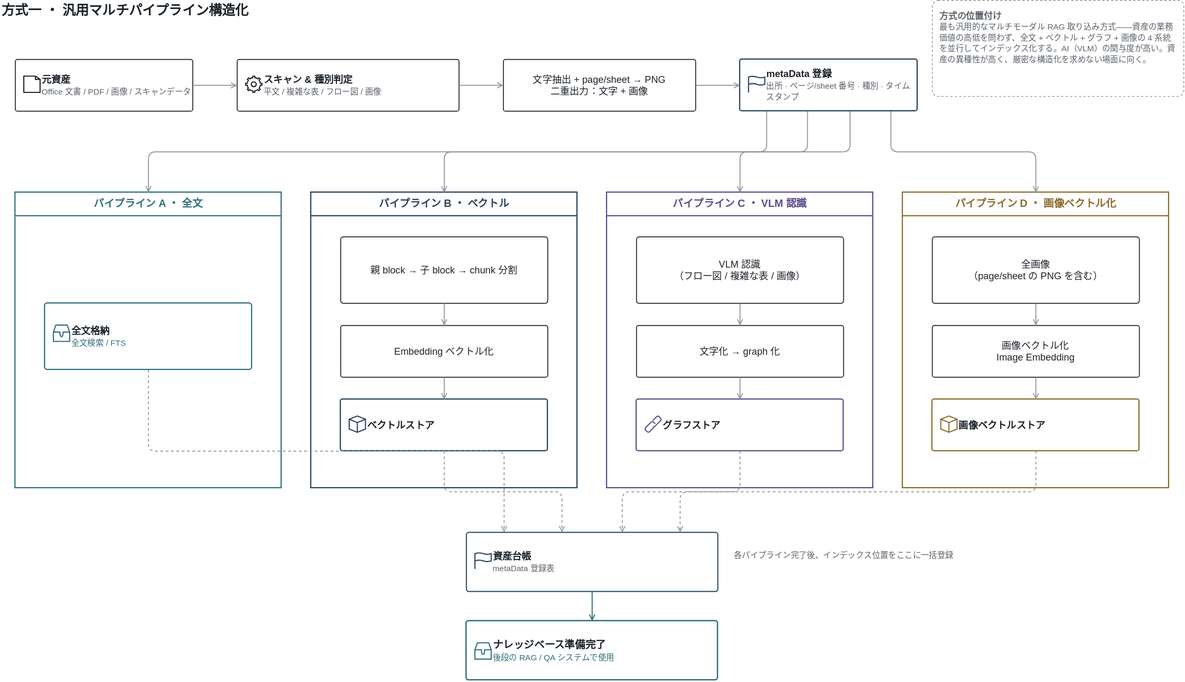
Before: docs/public/diagrams/asset-structuring-01-general-ja.svg, a diagram exported from draw.io (tiand23/AICompass). Source tidied: cells renumbered, new cells last; positions are measured from the earlier drawing's top-left corner, leaving out a move shared by most shapes.
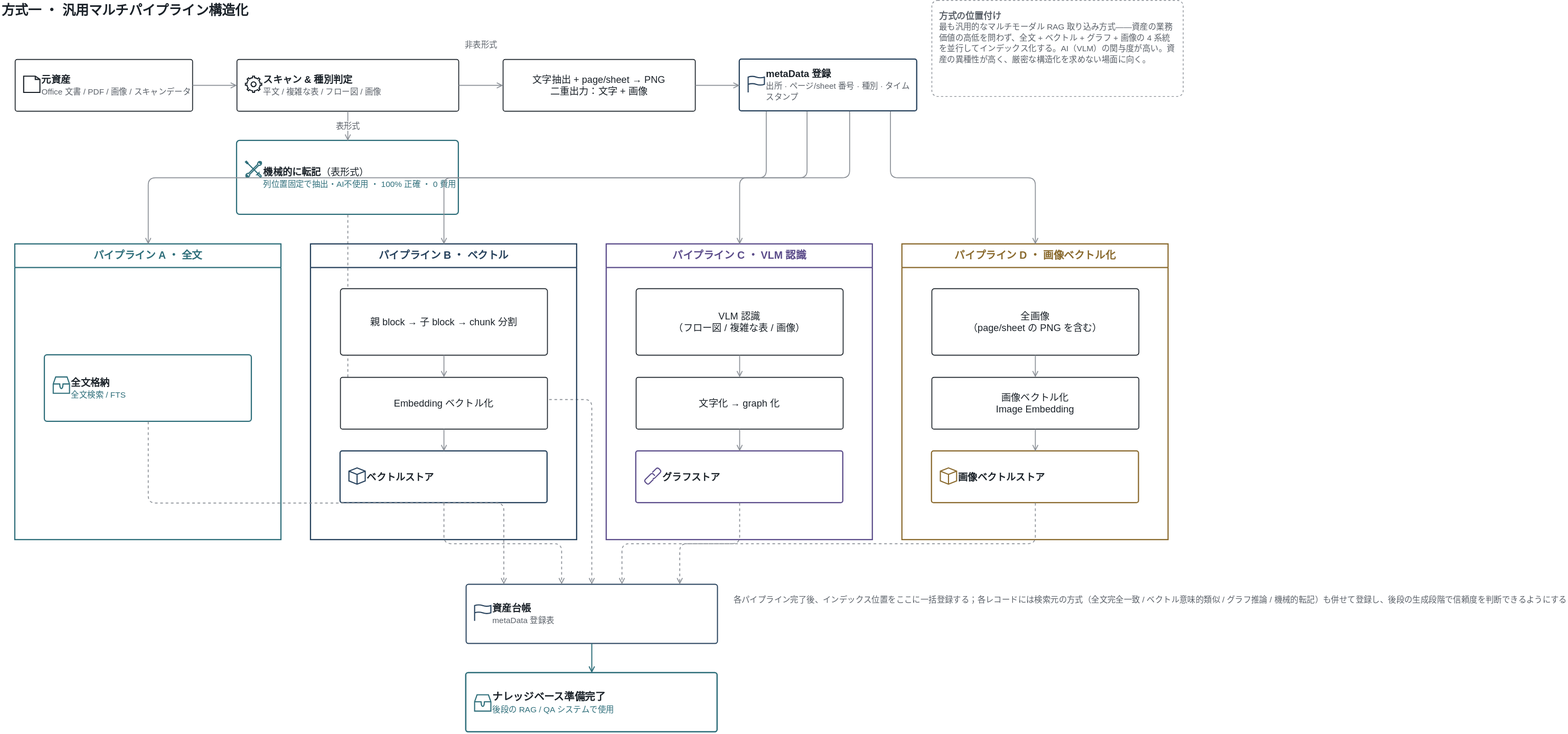
After the change.

What changed in the source:
```diff
@@ -32,14 +32,28 @@
     <mxCell id="11" style="edgeStyle=orthogonalEdgeStyle;rounded=1;html=1;jettySize=auto;strokeWidth=1.2;strokeColor=#8A8F96;endArrow=open;endFill=0;" parent="1" edge="1" source="4" target="6">
       <mxGeometry relative="1" as="geometry" />
     </mxCell>
-    <mxCell id="12" style="edgeStyle=orthogonalEdgeStyle;rounded=1;html=1;jettySize=auto;strokeWidth=1.2;strokeColor=#8A8F96;endArrow=open;endFill=0;" parent="1" edge="1" source="6" target="8">
-      <mxGeometry relative="1" as="geometry" />
+    <mxCell id="12" value="非表形式" style="edgeStyle=orthogonalEdgeStyle;rounded=1;html=1;jettySize=auto;strokeWidth=1.2;strokeColor=#8A8F96;endArrow=open;endFill=0;fontSize=11;fontColor=#5B6169;labelBackgroundColor=#FFFFFF;" parent="1" edge="1" source="6" target="8">
+      <mxGeometry relative="1" as="geometry">
+        <mxPoint y="-55" as="offset" />
+      </mxGeometry>
     </mxCell>
     <mxCell id="13" style="edgeStyle=orthogonalEdgeStyle;rounded=1;html=1;jettySize=auto;strokeWidth=1.2;strokeColor=#8A8F96;endArrow=open;endFill=0;" parent="1" edge="1" source="8" target="9">
       <mxGeometry relative="1" as="geometry" />
     </mxCell>
+    <mxCell id="52" value="&lt;b&gt;機械的に転記&lt;/b&gt;（表形式）&lt;br&gt;&lt;font color=#2E6E7A style=&quot;font-size:11px&quot;&gt;列位置固定で抽出・AI不使用 ・ 100% 正確 ・ 0 費用&lt;/font&gt;" style="rounded=1;arcSize=4;whiteSpace=wrap;html=1;fillColor=#FFFFFF;strokeColor=#2E6E7A;strokeWidth=1.6;align=left;verticalAlign=middle;spacingLeft=34;fontSize=13;fontColor=#1B2229;fontFamily=Helvetica;" parent="1" vertex="1">
+      <mxGeometry x="320" y="190" width="300" height="100" as="geometry" />
+    </mxCell>
+    <mxCell id="53" style="shape=mxgraph.ios7.icons.tools;html=1;strokeColor=#2E6E7A;fillColor=none;strokeWidth=1.5;" parent="1" vertex="1">
+      <mxGeometry x="332" y="218" width="22" height="22" as="geometry" />
+    </mxCell>
+    <mxCell id="54" value="表形式" style="edgeStyle=orthogonalEdgeStyle;rounded=1;html=1;jettySize=auto;strokeWidth=1.2;strokeColor=#8A8F96;endArrow=open;endFill=0;fontSize=11;fontColor=#5B6169;labelBackgroundColor=#FFFFFF;exitX=0.5;exitY=1;entryX=0.5;entryY=0;" parent="1" edge="1" source="6" target="52">
+      <mxGeometry relative="1" as="geometry" />
+    </mxCell>
+    <mxCell id="55" style="edgeStyle=orthogonalEdgeStyle;rounded=1;html=1;dashed=1;strokeWidth=1.2;strokeColor=#8A8F96;endArrow=open;endFill=0;exitX=0.5;exitY=1;entryX=0.5;entryY=0;" parent="1" edge="1" source="52" target="42">
+      <mxGeometry relative="1" as="geometry" />
+    </mxCell>
     <mxCell id="14" value="パイプライン A ・ 全文" style="swimlane;startSize=32;arcSize=2;whiteSpace=wrap;html=1;fillColor=none;strokeColor=#2E6E7A;fontSize=14;fontStyle=1;verticalAlign=top;fontColor=#2E6E7A;strokeWidth=1.6;fontFamily=Helvetica;swimlaneFillColor=none;" parent="1" vertex="1">
-      <mxGeometry x="20" y="260" width="360" height="400" as="geometry" />
+      <mxGeometry x="20" y="330" width="360" height="400" as="geometry" />
     </mxCell>
     <mxCell id="15" value="&lt;b&gt;全文格納&lt;/b&gt;&lt;br&gt;&lt;font color=#2E6E7A style=&quot;font-size:11px&quot;&gt;全文検索 / FTS&lt;/font&gt;" style="rounded=1;arcSize=4;whiteSpace=wrap;html=1;fillColor=#FFFFFF;strokeColor=#2E6E7A;strokeWidth=1.6;align=left;verticalAlign=middle;spacingLeft=34;fontSize=13;fontColor=#1B2229;fontFamily=Helvetica;" parent="14" vertex="1">
       <mxGeometry x="40" y="150" width="280" height="90" as="geometry" />
@@ -48,7 +62,7 @@
       <mxGeometry x="52" y="180" width="22" height="22" as="geometry" />
     </mxCell>
     <mxCell id="17" value="パイプライン B ・ ベクトル" style="swimlane;startSize=32;arcSize=2;whiteSpace=wrap;html=1;fillColor=none;strokeColor=#26415C;fontSize=14;fontStyle=1;verticalAlign=top;fontColor=#26415C;strokeWidth=1.6;fontFamily=Helvetica;swimlaneFillColor=none;" parent="1" vertex="1">
-      <mxGeometry x="420" y="260" width="360" height="400" as="geometry" />
+      <mxGeometry x="420" y="330" width="360" height="400" as="geometry" />
     </mxCell>
     <mxCell id="18" value="親 block → 子 block → chunk 分割" style="rounded=1;arcSize=4;whiteSpace=wrap;html=1;fillColor=#FFFFFF;strokeColor=#1B2229;strokeWidth=1.2;fontSize=13;fontColor=#1B2229;fontFamily=Helvetica;" parent="17" vertex="1">
       <mxGeometry x="40" y="60" width="280" height="90" as="geometry" />
@@ -69,7 +83,7 @@
       <mxGeometry relative="1" as="geometry" />
     </mxCell>
     <mxCell id="24" value="パイプライン C ・ VLM 認識" style="swimlane;startSize=32;arcSize=2;whiteSpace=wrap;html=1;fillColor=none;strokeColor=#5B4C8A;fontSize=14;fontStyle=1;verticalAlign=top;fontColor=#5B4C8A;strokeWidth=1.6;fontFamily=Helvetica;swimlaneFillColor=none;" parent="1" vertex="1">
-      <mxGeometry x="820" y="260" width="360" height="400" as="geometry" />
+      <mxGeometry x="820" y="330" width="360" height="400" as="geometry" />
     </mxCell>
     <mxCell id="25" value="VLM 認識&#10;（フロー図 / 複雑な表 / 画像）" style="rounded=1;arcSize=4;whiteSpace=wrap;html=1;fillColor=#FFFFFF;strokeColor=#1B2229;strokeWidth=1.2;fontSize=13;fontColor=#1B2229;fontFamily=Helvetica;" parent="24" vertex="1">
       <mxGeometry x="40" y="60" width="280" height="90" as="geometry" />
@@ -90,7 +104,7 @@
       <mxGeometry relative="1" as="geometry" />
     </mxCell>
     <mxCell id="31" value="パイプライン D ・ 画像ベクトル化" style="swimlane;startSize=32;arcSize=2;whiteSpace=wrap;html=1;fillColor=none;strokeColor=#8A6A2E;fontSize=14;fontStyle=1;verticalAlign=top;fontColor=#8A6A2E;strokeWidth=1.6;fontFamily=Helvetica;swimlaneFillColor=none;" parent="1" vertex="1">
-      <mxGeometry x="1220" y="260" width="360" height="400" as="geometry" />
+      <mxGeometry x="1220" y="330" width="360" height="400" as="geometry" />
     </mxCell>
     <mxCell id="32" value="全画像&#10;（page/sheet の PNG を含む）" style="rounded=1;arcSize=4;whiteSpace=wrap;html=1;fillColor=#FFFFFF;strokeColor=#1B2229;strokeWidth=1.2;fontSize=13;fontColor=#1B2229;fontFamily=Helvetica;" parent="31" vertex="1">
       <mxGeometry x="40" y="60" width="280" height="90" as="geometry" />
@@ -123,13 +137,13 @@
       <mxGeometry relative="1" as="geometry" />
     </mxCell>
     <mxCell id="42" value="&lt;b&gt;資産台帳&lt;/b&gt;&lt;br&gt;&lt;font color=#5B6169 style=&quot;font-size:11px&quot;&gt;metaData 登録表&lt;/font&gt;" style="rounded=1;arcSize=4;whiteSpace=wrap;html=1;fillColor=#FFFFFF;strokeColor=#26415C;strokeWidth=1.4;align=left;verticalAlign=middle;spacingLeft=34;fontSize=13;fontColor=#1B2229;fontFamily=Helvetica;" parent="1" vertex="1">
-      <mxGeometry x="630" y="720" width="340" height="80" as="geometry" />
+      <mxGeometry x="630" y="790" width="340" height="80" as="geometry" />
     </mxCell>
     <mxCell id="43" style="shape=mxgraph.ios7.icons.flag;html=1;strokeColor=#26415C;fillColor=none;strokeWidth=1.5;" parent="1" vertex="1">
-      <mxGeometry x="642" y="748" width="22" height="22" as="geometry" />
+      <mxGeometry x="642" y="818" width="22" height="22" as="geometry" />
     </mxCell>
-    <mxCell id="44" value="各パイプライン完了後、インデックス位置をここに一括登録" style="text;html=1;fontSize=11;fontColor=#5B6169;align=left;fontFamily=Helvetica;" parent="1" vertex="1">
-      <mxGeometry x="990" y="738" width="320" height="40" as="geometry" />
+    <mxCell id="44" value="各パイプライン完了後、インデックス位置をここに一括登録する；各レコードには検索元の方式（全文完全一致 / ベクトル意味的類似 / グラフ推論 / 機械的転記）も併せて登録し、後段の生成段階で信頼度を判断できるようにする" style="text;html=1;fontSize=11;fontColor=#5B6169;align=left;verticalAlign=top;fontFamily=Helvetica;" parent="1" vertex="1">
+      <mxGeometry x="990" y="798" width="360" height="80" as="geometry" />
     </mxCell>
     <mxCell id="45" style="edgeStyle=orthogonalEdgeStyle;rounded=1;html=1;dashed=1;strokeWidth=1.2;strokeColor=#8A8F96;endArrow=open;endFill=0;exitX=0.5;exitY=1;entryX=0.15;entryY=0;" parent="1" edge="1" source="15" target="42">
       <mxGeometry relative="1" as="geometry" />
@@ -144,10 +158,10 @@
       <mxGeometry relative="1" as="geometry" />
     </mxCell>
     <mxCell id="49" value="&lt;b&gt;ナレッジベース準備完了&lt;/b&gt;&lt;br&gt;&lt;font color=#2E6E7A style=&quot;font-size:11px&quot;&gt;後段の RAG / QA システムで使用&lt;/font&gt;" style="rounded=1;arcSize=4;whiteSpace=wrap;html=1;fillColor=#FFFFFF;strokeColor=#2E6E7A;strokeWidth=1.8;align=left;verticalAlign=middle;spacingLeft=34;fontSize=14;fontColor=#1B2229;fontFamily=Helvetica;" parent="1" vertex="1">
-      <mxGeometry x="630" y="840" width="340" height="80" as="geometry" />
+      <mxGeometry x="630" y="910" width="340" height="80" as="geometry" />
     </mxCell>
     <mxCell id="50" style="shape=mxgraph.ios7.icons.storage;html=1;strokeColor=#2E6E7A;fillColor=none;strokeWidth=1.5;" parent="1" vertex="1">
-      <mxGeometry x="642" y="870" width="22" height="22" as="geometry" />
+      <mxGeometry x="642" y="940" width="22" height="22" as="geometry" />
     </mxCell>
     <mxCell id="51" style="edgeStyle=orthogonalEdgeStyle;rounded=1;html=1;strokeWidth=1.4;strokeColor=#2E6E7A;endArrow=open;endFill=0;exitX=0.5;exitY=1;entryX=0.5;entryY=0;" parent="1" edge="1" source="42" target="49">
       <mxGeometry relative="1" as="geometry" />
```
